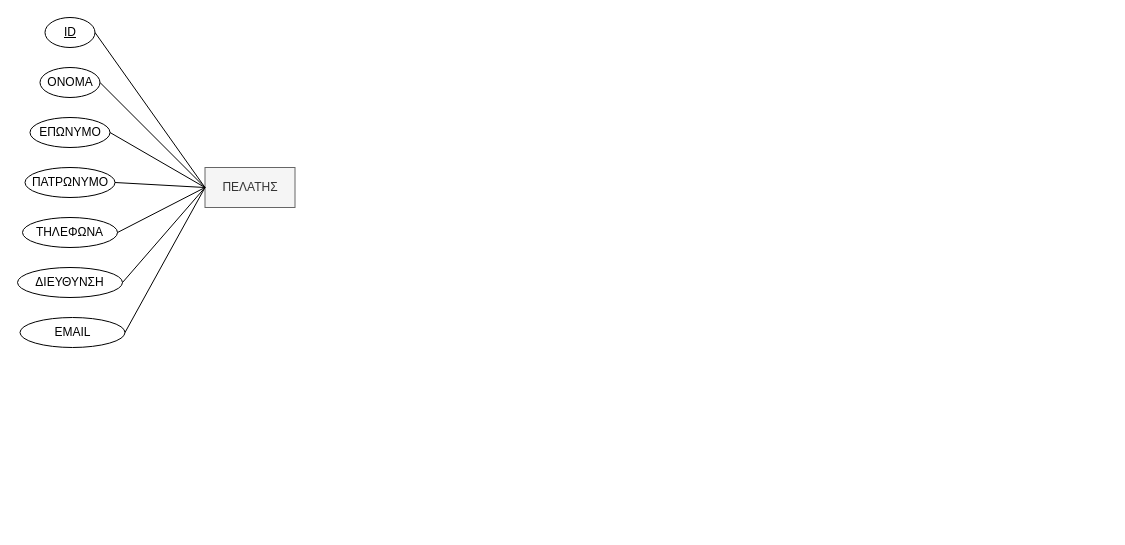
nilaridis/nilaridis keeps this draw.io diagram as Untitled Diagram.drawio. Above is the earlier version. Source tidied: cells renumbered, new cells numbered last; positions are measured from the earlier drawing's top-left corner, leaving out a move shared by most shapes. Both pictures are drawn from the tidied source at 100%, with x=0, y=0 at pixel (17, 17).
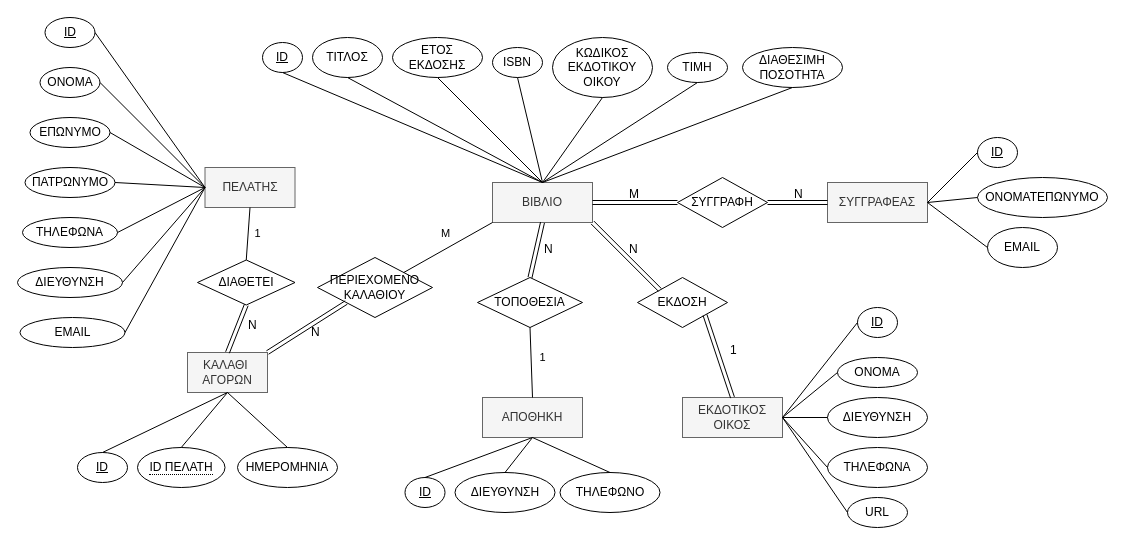
The same page after the edit.

The change refers to these unchanged cells:
```xml
<mxCell id="2" value="ΠΕΛΑΤΗΣ" style="whiteSpace=wrap;html=1;align=center;fillColor=#f5f5f5;strokeColor=#666666;fontColor=#333333;" parent="1" vertex="1">
  <mxGeometry x="187.5" y="150" width="90" height="40" as="geometry" />
</mxCell>
```

Change to the diagram source:
```diff
@@
+    <mxCell id="17" value="ΒΙΒΛΙΟ" style="whiteSpace=wrap;html=1;align=center;fillColor=#f5f5f5;fontColor=#333333;strokeColor=#666666;" parent="1" vertex="1">
+      <mxGeometry x="475" y="165" width="100" height="40" as="geometry" />
+    </mxCell>
+    <mxCell id="18" value="ID" style="ellipse;whiteSpace=wrap;html=1;align=center;fontStyle=4;" parent="1" vertex="1">
+      <mxGeometry x="245" y="25" width="40" height="30" as="geometry" />
+    </mxCell>
+    <mxCell id="19" value="ΤΙΤΛΟΣ" style="ellipse;whiteSpace=wrap;html=1;align=center;" parent="1" vertex="1">
+      <mxGeometry x="295" y="20" width="70" height="40" as="geometry" />
+    </mxCell>
+    <mxCell id="20" value="ΕΤΟΣ ΕΚΔΟΣΗΣ" style="ellipse;whiteSpace=wrap;html=1;align=center;" parent="1" vertex="1">
+      <mxGeometry x="375" y="20" width="90" height="40" as="geometry" />
+    </mxCell>
+    <mxCell id="21" value="ISBN" style="ellipse;whiteSpace=wrap;html=1;align=center;" parent="1" vertex="1">
+      <mxGeometry x="475" y="30" width="50" height="30" as="geometry" />
+    </mxCell>
+    <mxCell id="22" value="ΚΩΔΙΚΟΣ ΕΚΔΟΤΙΚΟΥ ΟΙΚΟΥ" style="ellipse;whiteSpace=wrap;html=1;align=center;" parent="1" vertex="1">
+      <mxGeometry x="535" y="20" width="100" height="60" as="geometry" />
+    </mxCell>
+    <mxCell id="23" value="ΤΙΜΗ" style="ellipse;whiteSpace=wrap;html=1;align=center;" parent="1" vertex="1">
+      <mxGeometry x="650" y="35" width="60" height="30" as="geometry" />
+    </mxCell>
+    <mxCell id="24" value="ΔΙΑΘΕΣΙΜΗ ΠΟΣΟΤΗΤΑ" style="ellipse;whiteSpace=wrap;html=1;align=center;" parent="1" vertex="1">
+      <mxGeometry x="725" y="30" width="100" height="40" as="geometry" />
+    </mxCell>
+    <mxCell id="25" style="endArrow=none;html=1;rounded=0;exitX=0.5;exitY=1;exitDx=0;exitDy=0;entryX=0.5;entryY=0;entryDx=0;entryDy=0;" parent="1" edge="1" source="18" target="17">
+      <mxGeometry relative="1" as="geometry" />
+    </mxCell>
+    <mxCell id="26" style="endArrow=none;html=1;rounded=0;exitX=0.5;exitY=1;exitDx=0;exitDy=0;entryX=0.5;entryY=0;entryDx=0;entryDy=0;" parent="1" edge="1" source="19" target="17">
+      <mxGeometry relative="1" as="geometry" />
+    </mxCell>
+    <mxCell id="27" style="endArrow=none;html=1;rounded=0;exitX=0.5;exitY=1;exitDx=0;exitDy=0;entryX=0.5;entryY=0;entryDx=0;entryDy=0;" parent="1" edge="1" source="20" target="17">
+      <mxGeometry relative="1" as="geometry" />
+    </mxCell>
+    <mxCell id="28" style="endArrow=none;html=1;rounded=0;exitX=0.5;exitY=1;exitDx=0;exitDy=0;entryX=0.5;entryY=0;entryDx=0;entryDy=0;" parent="1" edge="1" source="21" target="17">
+      <mxGeometry relative="1" as="geometry" />
+    </mxCell>
+    <mxCell id="29" style="endArrow=none;html=1;rounded=0;exitX=0.5;exitY=1;exitDx=0;exitDy=0;entryX=0.5;entryY=0;entryDx=0;entryDy=0;" parent="1" edge="1" source="22" target="17">
+      <mxGeometry relative="1" as="geometry" />
+    </mxCell>
+    <mxCell id="30" style="endArrow=none;html=1;rounded=0;exitX=0.5;exitY=1;exitDx=0;exitDy=0;entryX=0.5;entryY=0;entryDx=0;entryDy=0;" parent="1" edge="1" source="23" target="17">
+      <mxGeometry relative="1" as="geometry" />
+    </mxCell>
+    <mxCell id="31" style="endArrow=none;html=1;rounded=0;exitX=0.5;exitY=1;exitDx=0;exitDy=0;entryX=0.5;entryY=0;entryDx=0;entryDy=0;" parent="1" edge="1" source="24" target="17">
+      <mxGeometry relative="1" as="geometry" />
+    </mxCell>
+    <mxCell id="32" value="ΣΥΓΓΡΑΦΕΑΣ" style="whiteSpace=wrap;html=1;align=center;fillColor=#f5f5f5;fontColor=#333333;strokeColor=#666666;" parent="1" vertex="1">
+      <mxGeometry x="810" y="165" width="100" height="40" as="geometry" />
+    </mxCell>
+    <mxCell id="33" value="ID" style="ellipse;whiteSpace=wrap;html=1;align=center;fontStyle=4;" parent="1" vertex="1">
+      <mxGeometry x="960" y="120" width="40" height="30" as="geometry" />
+    </mxCell>
+    <mxCell id="34" value="ΟΝΟΜΑΤΕΠΩΝΥΜΟ" style="ellipse;whiteSpace=wrap;html=1;align=center;" parent="1" vertex="1">
+      <mxGeometry x="960" y="160" width="130" height="40" as="geometry" />
+    </mxCell>
+    <mxCell id="35" value="EMAIL" style="ellipse;whiteSpace=wrap;html=1;align=center;" parent="1" vertex="1">
+      <mxGeometry x="970" y="210" width="70" height="40" as="geometry" />
+    </mxCell>
+    <mxCell id="36" style="endArrow=none;html=1;rounded=0;entryX=0;entryY=0.5;entryDx=0;entryDy=0;exitX=1;exitY=0.5;exitDx=0;exitDy=0;" parent="1" edge="1" source="32" target="33">
+      <mxGeometry relative="1" as="geometry" />
+    </mxCell>
+    <mxCell id="37" style="endArrow=none;html=1;rounded=0;entryX=0;entryY=0.5;entryDx=0;entryDy=0;exitX=1;exitY=0.5;exitDx=0;exitDy=0;" parent="1" edge="1" source="32" target="34">
+      <mxGeometry relative="1" as="geometry" />
+    </mxCell>
+    <mxCell id="38" style="endArrow=none;html=1;rounded=0;entryX=0;entryY=0.5;entryDx=0;entryDy=0;exitX=1;exitY=0.5;exitDx=0;exitDy=0;" parent="1" edge="1" source="32" target="35">
+      <mxGeometry relative="1" as="geometry" />
+    </mxCell>
+    <mxCell id="39" value="ΕΚΔΟΤΙΚΟΣ ΟΙΚΟΣ" style="whiteSpace=wrap;html=1;align=center;fillColor=#f5f5f5;fontColor=#333333;strokeColor=#666666;" parent="1" vertex="1">
+      <mxGeometry x="665" y="380" width="100" height="40" as="geometry" />
+    </mxCell>
+    <mxCell id="40" value="ID" style="ellipse;whiteSpace=wrap;html=1;align=center;fontStyle=4;" parent="1" vertex="1">
+      <mxGeometry x="840" y="290" width="40" height="30" as="geometry" />
+    </mxCell>
+    <mxCell id="41" value="ΟΝΟΜΑ" style="ellipse;whiteSpace=wrap;html=1;align=center;" parent="1" vertex="1">
+      <mxGeometry x="820" y="340" width="80" height="30" as="geometry" />
+    </mxCell>
+    <mxCell id="42" value="ΔΙΕΥΘΥΝΣΗ" style="ellipse;whiteSpace=wrap;html=1;align=center;" parent="1" vertex="1">
+      <mxGeometry x="810" y="380" width="100" height="40" as="geometry" />
+    </mxCell>
+    <mxCell id="43" value="ΤΗΛΕΦΩΝΑ" style="ellipse;whiteSpace=wrap;html=1;align=center;" parent="1" vertex="1">
+      <mxGeometry x="810" y="430" width="100" height="40" as="geometry" />
+    </mxCell>
+    <mxCell id="44" value="URL" style="ellipse;whiteSpace=wrap;html=1;align=center;" parent="1" vertex="1">
+      <mxGeometry x="830" y="480" width="60" height="30" as="geometry" />
+    </mxCell>
+    <mxCell id="45" style="endArrow=none;html=1;rounded=0;entryX=0;entryY=0.5;entryDx=0;entryDy=0;exitX=1;exitY=0.5;exitDx=0;exitDy=0;" parent="1" edge="1" source="39" target="40">
+      <mxGeometry relative="1" as="geometry" />
+    </mxCell>
+    <mxCell id="46" style="endArrow=none;html=1;rounded=0;entryX=0;entryY=0.5;entryDx=0;entryDy=0;exitX=1;exitY=0.5;exitDx=0;exitDy=0;" parent="1" edge="1" source="39" target="41">
+      <mxGeometry relative="1" as="geometry" />
+    </mxCell>
+    <mxCell id="47" style="endArrow=none;html=1;rounded=0;entryX=0;entryY=0.5;entryDx=0;entryDy=0;exitX=1;exitY=0.5;exitDx=0;exitDy=0;" parent="1" edge="1" source="39" target="42">
+      <mxGeometry relative="1" as="geometry" />
+    </mxCell>
+    <mxCell id="48" style="endArrow=none;html=1;rounded=0;entryX=0;entryY=0.5;entryDx=0;entryDy=0;exitX=1;exitY=0.5;exitDx=0;exitDy=0;" parent="1" edge="1" source="39" target="43">
+      <mxGeometry relative="1" as="geometry" />
+    </mxCell>
+    <mxCell id="49" style="endArrow=none;html=1;rounded=0;entryX=0;entryY=0.5;entryDx=0;entryDy=0;exitX=1;exitY=0.5;exitDx=0;exitDy=0;" parent="1" edge="1" source="39" target="44">
+      <mxGeometry relative="1" as="geometry" />
+    </mxCell>
+    <mxCell id="50" value="ΑΠΟΘΗΚΗ" style="whiteSpace=wrap;html=1;align=center;fillColor=#f5f5f5;fontColor=#333333;strokeColor=#666666;" parent="1" vertex="1">
+      <mxGeometry x="465" y="380" width="100" height="40" as="geometry" />
+    </mxCell>
+    <mxCell id="51" value="ID" style="ellipse;whiteSpace=wrap;html=1;align=center;fontStyle=4;" parent="1" vertex="1">
+      <mxGeometry x="387.5" y="460" width="40" height="30" as="geometry" />
+    </mxCell>
+    <mxCell id="52" value="ΔΙΕΥΘΥΝΣΗ" style="ellipse;whiteSpace=wrap;html=1;align=center;" parent="1" vertex="1">
+      <mxGeometry x="437.5" y="455" width="100" height="40" as="geometry" />
+    </mxCell>
+    <mxCell id="53" value="ΤΗΛΕΦΩΝΟ" style="ellipse;whiteSpace=wrap;html=1;align=center;" parent="1" vertex="1">
+      <mxGeometry x="542.5" y="455" width="100" height="40" as="geometry" />
+    </mxCell>
+    <mxCell id="54" style="endArrow=none;html=1;rounded=0;entryX=0.5;entryY=0;entryDx=0;entryDy=0;exitX=0.5;exitY=1;exitDx=0;exitDy=0;" parent="1" edge="1" source="50" target="51">
+      <mxGeometry relative="1" as="geometry" />
+    </mxCell>
+    <mxCell id="55" style="endArrow=none;html=1;rounded=0;entryX=0.5;entryY=0;entryDx=0;entryDy=0;exitX=0.5;exitY=1;exitDx=0;exitDy=0;" parent="1" edge="1" source="50" target="52">
+      <mxGeometry relative="1" as="geometry" />
+    </mxCell>
+    <mxCell id="56" style="endArrow=none;html=1;rounded=0;entryX=0.5;entryY=1;entryDx=0;entryDy=0;exitX=0.5;exitY=0;exitDx=0;exitDy=0;" parent="1" edge="1" source="53" target="50">
+      <mxGeometry relative="1" as="geometry" />
+    </mxCell>
+    <mxCell id="57" value="ΚΑΛΑΘΙ&amp;nbsp;&lt;div&gt;ΑΓΟΡΩΝ&lt;/div&gt;" style="whiteSpace=wrap;html=1;align=center;fillColor=#f5f5f5;fontColor=#333333;strokeColor=#666666;" parent="1" vertex="1">
+      <mxGeometry x="170" y="335" width="80" height="40" as="geometry" />
+    </mxCell>
+    <mxCell id="58" value="ID" style="ellipse;whiteSpace=wrap;html=1;align=center;fontStyle=4;" parent="1" vertex="1">
+      <mxGeometry x="60" y="435" width="50" height="30" as="geometry" />
+    </mxCell>
+    <mxCell id="59" value="&lt;span style=&quot;border-bottom: 1px dotted&quot;&gt;ID ΠΕΛΑΤΗ&lt;/span&gt;" style="ellipse;whiteSpace=wrap;html=1;align=center;" parent="1" vertex="1">
+      <mxGeometry x="120" y="430" width="87.5" height="40" as="geometry" />
+    </mxCell>
+    <mxCell id="60" value="ΗΜΕΡΟΜΗΝΙΑ" style="ellipse;whiteSpace=wrap;html=1;align=center;" parent="1" vertex="1">
+      <mxGeometry x="220" y="430" width="100" height="40" as="geometry" />
+    </mxCell>
+    <mxCell id="61" style="endArrow=none;html=1;rounded=0;exitX=0.5;exitY=0;exitDx=0;exitDy=0;entryX=0.5;entryY=1;entryDx=0;entryDy=0;" parent="1" edge="1" source="58" target="57">
+      <mxGeometry relative="1" as="geometry" />
+    </mxCell>
+    <mxCell id="62" style="endArrow=none;html=1;rounded=0;exitX=0.5;exitY=0;exitDx=0;exitDy=0;entryX=0.5;entryY=1;entryDx=0;entryDy=0;" parent="1" edge="1" source="59" target="57">
+      <mxGeometry relative="1" as="geometry" />
+    </mxCell>
+    <mxCell id="63" style="endArrow=none;html=1;rounded=0;exitX=0.5;exitY=0;exitDx=0;exitDy=0;entryX=0.5;entryY=1;entryDx=0;entryDy=0;" parent="1" edge="1" source="60" target="57">
+      <mxGeometry relative="1" as="geometry" />
+    </mxCell>
+    <mxCell id="64" value="ΣΥΓΓΡΑΦΗ" style="shape=rhombus;perimeter=rhombusPerimeter;whiteSpace=wrap;html=1;align=center;" parent="1" vertex="1">
+      <mxGeometry x="660" y="160" width="90" height="50" as="geometry" />
+    </mxCell>
+    <mxCell id="65" value="ΕΚΔΟΣΗ" style="shape=rhombus;perimeter=rhombusPerimeter;whiteSpace=wrap;html=1;align=center;" parent="1" vertex="1">
+      <mxGeometry x="620" y="260" width="90" height="50" as="geometry" />
+    </mxCell>
+    <mxCell id="66" value="ΤΟΠΟΘΕΣΙΑ" style="shape=rhombus;perimeter=rhombusPerimeter;whiteSpace=wrap;html=1;align=center;" parent="1" vertex="1">
+      <mxGeometry x="460" y="260" width="105" height="50" as="geometry" />
+    </mxCell>
+    <mxCell id="67" value="ΠΕΡΙΕΧΟΜΕΝΟ ΚΑΛΑΘΙΟΥ" style="shape=rhombus;perimeter=rhombusPerimeter;whiteSpace=wrap;html=1;align=center;" parent="1" vertex="1">
+      <mxGeometry x="300" y="240" width="115" height="60" as="geometry" />
+    </mxCell>
+    <mxCell id="68" style="shape=link;html=1;rounded=0;exitX=1;exitY=0.5;exitDx=0;exitDy=0;entryX=0;entryY=0.5;entryDx=0;entryDy=0;" parent="1" edge="1" source="17" target="64">
+      <mxGeometry relative="1" as="geometry" />
+    </mxCell>
+    <mxCell id="69" value="M" style="html=1;whiteSpace=wrap;align=left;verticalAlign=bottom;" parent="68" vertex="1">
+      <mxGeometry x="-1" relative="1" as="geometry">
+        <mxPoint x="35" as="offset" />
+      </mxGeometry>
+    </mxCell>
+    <mxCell id="70" style="shape=link;html=1;rounded=0;exitX=1;exitY=0.5;exitDx=0;exitDy=0;entryX=0;entryY=0.5;entryDx=0;entryDy=0;" parent="1" edge="1" source="64" target="32">
+      <mxGeometry relative="1" as="geometry" />
+    </mxCell>
+    <mxCell id="71" value="Ν" style="html=1;whiteSpace=wrap;align=left;verticalAlign=bottom;" parent="70" vertex="1">
+      <mxGeometry x="-1" relative="1" as="geometry">
+        <mxPoint x="25" as="offset" />
+      </mxGeometry>
+    </mxCell>
+    <mxCell id="72" style="shape=link;html=1;rounded=0;exitX=1;exitY=1;exitDx=0;exitDy=0;entryX=0;entryY=0;entryDx=0;entryDy=0;" parent="1" edge="1" source="17" target="65">
+      <mxGeometry relative="1" as="geometry" />
+    </mxCell>
+    <mxCell id="73" value="Ν" style="html=1;whiteSpace=wrap;align=left;verticalAlign=bottom;" parent="72" vertex="1">
+      <mxGeometry x="-1" relative="1" as="geometry">
+        <mxPoint x="35" y="35" as="offset" />
+      </mxGeometry>
+    </mxCell>
+    <mxCell id="74" style="shape=link;html=1;rounded=0;exitX=1;exitY=1;exitDx=0;exitDy=0;entryX=0.5;entryY=0;entryDx=0;entryDy=0;" parent="1" edge="1" source="65" target="39">
+      <mxGeometry relative="1" as="geometry" />
+    </mxCell>
+    <mxCell id="75" value="1" style="html=1;whiteSpace=wrap;align=left;verticalAlign=bottom;" parent="74" vertex="1">
+      <mxGeometry x="-1" relative="1" as="geometry">
+        <mxPoint x="23" y="43" as="offset" />
+      </mxGeometry>
+    </mxCell>
+    <mxCell id="76" style="shape=link;html=1;rounded=0;exitX=0.5;exitY=1;exitDx=0;exitDy=0;entryX=0.5;entryY=0;entryDx=0;entryDy=0;" parent="1" edge="1" source="17" target="66">
+      <mxGeometry relative="1" as="geometry" />
+    </mxCell>
+    <mxCell id="77" value="Ν" style="html=1;whiteSpace=wrap;align=left;verticalAlign=bottom;" parent="76" vertex="1">
+      <mxGeometry x="-1" relative="1" as="geometry">
+        <mxPoint y="35" as="offset" />
+      </mxGeometry>
+    </mxCell>
+    <mxCell id="78" style="endArrow=none;html=1;rounded=0;exitX=0.5;exitY=0;exitDx=0;exitDy=0;entryX=0.5;entryY=1;entryDx=0;entryDy=0;" parent="1" edge="1" source="50" target="66">
+      <mxGeometry relative="1" as="geometry" />
+    </mxCell>
+    <mxCell id="79" value="1" style="edgeLabel;html=1;align=center;verticalAlign=middle;" parent="78" vertex="1">
+      <mxGeometry x="0.05" y="-1" relative="1" as="geometry">
+        <mxPoint x="10" y="-3" as="offset" />
+      </mxGeometry>
+    </mxCell>
+    <mxCell id="80" value="ΔΙΑΘΕΤΕΙ" style="shape=rhombus;perimeter=rhombusPerimeter;whiteSpace=wrap;html=1;align=center;" parent="1" vertex="1">
+      <mxGeometry x="180" y="242.5" width="97.5" height="45" as="geometry" />
+    </mxCell>
+    <mxCell id="81" style="shape=link;html=1;rounded=0;exitX=0;exitY=1;exitDx=0;exitDy=0;entryX=1;entryY=0;entryDx=0;entryDy=0;" parent="1" edge="1" source="67" target="57">
+      <mxGeometry relative="1" as="geometry" />
+    </mxCell>
+    <mxCell id="82" value="Ν" style="html=1;whiteSpace=wrap;align=left;verticalAlign=bottom;" parent="81" vertex="1">
+      <mxGeometry x="-1" relative="1" as="geometry">
+        <mxPoint x="-37" y="38" as="offset" />
+      </mxGeometry>
+    </mxCell>
+    <mxCell id="83" style="endArrow=none;html=1;rounded=0;entryX=0;entryY=1;entryDx=0;entryDy=0;exitX=1;exitY=0;exitDx=0;exitDy=0;" parent="1" edge="1" source="67" target="17">
+      <mxGeometry relative="1" as="geometry" />
+    </mxCell>
+    <mxCell id="84" value="Μ" style="edgeLabel;html=1;align=center;verticalAlign=middle;" parent="83" vertex="1">
+      <mxGeometry x="-0.01" y="-1" relative="1" as="geometry">
+        <mxPoint x="-3" y="-16" as="offset" />
+      </mxGeometry>
+    </mxCell>
+    <mxCell id="85" style="shape=link;html=1;rounded=0;exitX=0.5;exitY=1;exitDx=0;exitDy=0;entryX=0.5;entryY=0;entryDx=0;entryDy=0;" parent="1" edge="1" source="80" target="57">
+      <mxGeometry relative="1" as="geometry" />
+    </mxCell>
+    <mxCell id="86" value="Ν" style="html=1;whiteSpace=wrap;align=left;verticalAlign=bottom;" parent="85" vertex="1">
+      <mxGeometry x="-1" relative="1" as="geometry">
+        <mxPoint y="28" as="offset" />
+      </mxGeometry>
+    </mxCell>
+    <mxCell id="87" style="endArrow=none;html=1;rounded=0;exitX=0.5;exitY=1;exitDx=0;exitDy=0;entryX=0.5;entryY=0;entryDx=0;entryDy=0;" parent="1" edge="1" source="2" target="80">
+      <mxGeometry relative="1" as="geometry" />
+    </mxCell>
+    <mxCell id="88" value="1" style="edgeLabel;html=1;align=center;verticalAlign=middle;" parent="87" vertex="1">
+      <mxGeometry x="0.02" y="1" relative="1" as="geometry">
+        <mxPoint x="8" y="-2" as="offset" />
+      </mxGeometry>
+    </mxCell>
```
